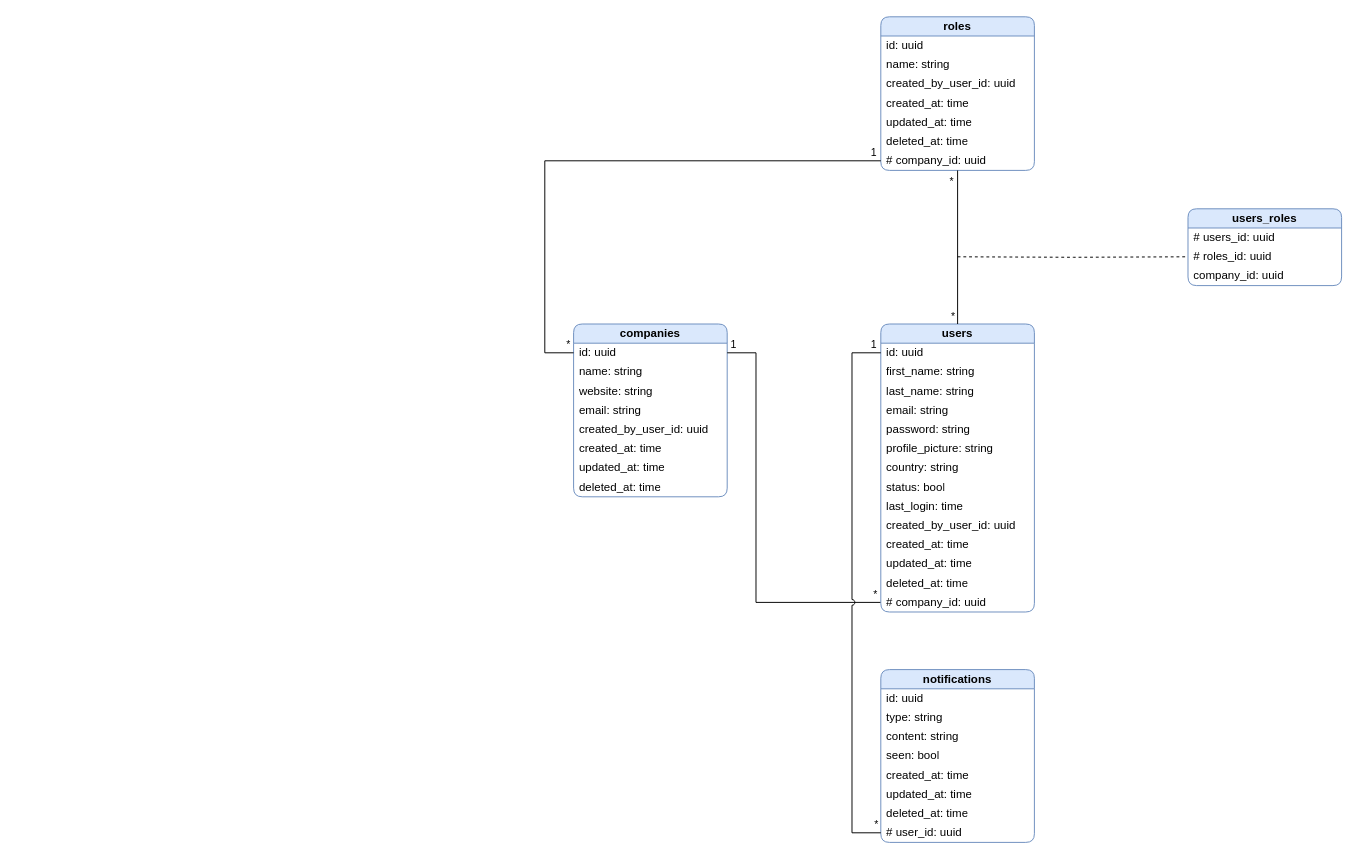
wassim20/golang keeps this draw.io diagram as your_project/class_diagram.drawio. Above is the earlier version. Source tidied: cells renumbered, new cells numbered last; positions are measured from the earlier drawing's top-left corner, leaving out a move shared by most shapes. Both pictures are drawn from the tidied source at 96%, with x=0, y=0 at pixel (544, 16).
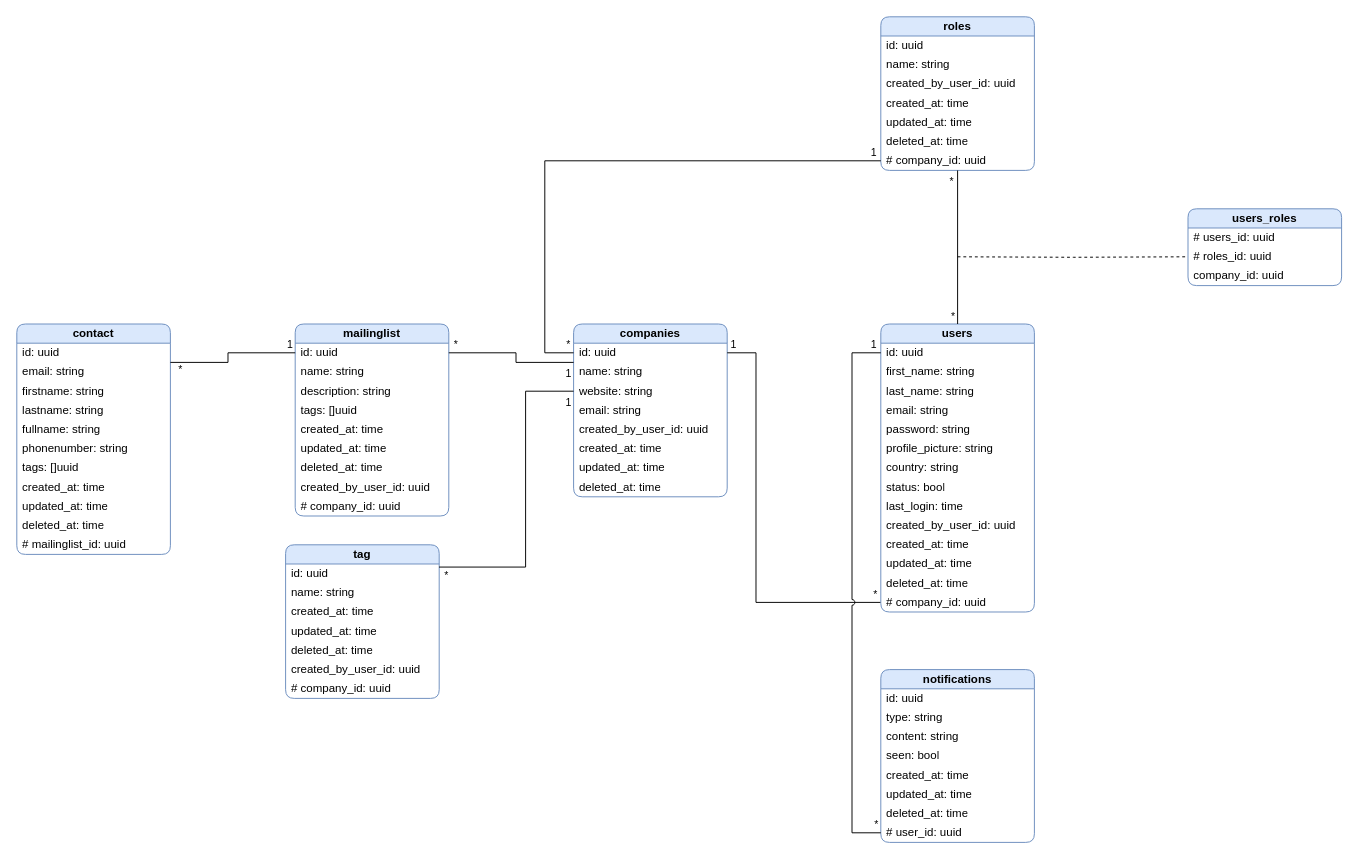
The same diagram, later.

Unchanged cells that the change refers to:
```xml
<mxCell id="5" value="website: string" style="text;html=1;strokeColor=none;fillColor=none;align=left;verticalAlign=middle;spacingLeft=4;spacingRight=4;overflow=hidden;points=[[0,0.5],[1,0.5]];portConstraint=eastwest;whiteSpace=wrap;" parent="2" vertex="1">
  <mxGeometry y="60" width="160" height="20" as="geometry" />
</mxCell>
<mxCell id="41" value="&lt;b&gt;notifications&lt;/b&gt;" style="swimlane;fontStyle=0;align=center;verticalAlign=middle;horizontal=1;startSize=20;html=1;whiteSpace=wrap;rounded=1;fillColor=#dae8fc;strokeColor=#6c8ebf;" parent="1" vertex="1">
  <mxGeometry x="350" y="680" width="160" height="180" as="geometry" />
</mxCell>
```

What changed in the source:
```diff
@@
-    <mxCell id="42" value="id: uuid" style="text;html=1;strokeColor=none;fillColor=none;align=left;verticalAlign=middle;spacingLeft=4;spacingRight=4;overflow=hidden;whiteSpace=wrap;" parent="41" vertex="1">
-      <mxGeometry y="20" width="160" height="20" as="geometry" />
-    </mxCell>
+    <mxCell id="60" value="id: uuid" style="text;html=1;strokeColor=none;fillColor=none;align=left;verticalAlign=middle;spacingLeft=4;spacingRight=4;overflow=hidden;whiteSpace=wrap;" parent="41" vertex="1">
+      <mxGeometry y="20" width="160" height="20" as="geometry" />
+    </mxCell>
@@
+    <mxCell id="61" value="&lt;b&gt;mailinglist&lt;/b&gt;" style="swimlane;fontStyle=0;align=center;verticalAlign=middle;horizontal=1;startSize=20;html=1;whiteSpace=wrap;rounded=1;fillColor=#dae8fc;strokeColor=#6c8ebf;" parent="1" vertex="1">
+      <mxGeometry x="-260" y="320" width="160" height="200" as="geometry" />
+    </mxCell>
+    <mxCell id="42" value="id: uuid" style="text;html=1;strokeColor=none;fillColor=none;align=left;verticalAlign=middle;spacingLeft=4;spacingRight=4;overflow=hidden;whiteSpace=wrap;" parent="61" vertex="1">
+      <mxGeometry y="20" width="160" height="20" as="geometry" />
+    </mxCell>
+    <mxCell id="62" value="name: string" style="text;html=1;strokeColor=none;fillColor=none;align=left;verticalAlign=middle;spacingLeft=4;spacingRight=4;overflow=hidden;whiteSpace=wrap;" parent="61" vertex="1">
+      <mxGeometry y="40" width="160" height="20" as="geometry" />
+    </mxCell>
+    <mxCell id="63" value="description: string" style="text;html=1;strokeColor=none;fillColor=none;align=left;verticalAlign=middle;spacingLeft=4;spacingRight=4;overflow=hidden;whiteSpace=wrap;" parent="61" vertex="1">
+      <mxGeometry y="60" width="160" height="20" as="geometry" />
+    </mxCell>
+    <mxCell id="64" value="tags: []uuid" style="text;html=1;strokeColor=none;fillColor=none;align=left;verticalAlign=middle;spacingLeft=4;spacingRight=4;overflow=hidden;whiteSpace=wrap;" parent="61" vertex="1">
+      <mxGeometry y="80" width="160" height="20" as="geometry" />
+    </mxCell>
+    <mxCell id="65" value="created_at:&amp;nbsp;time" style="text;html=1;strokeColor=none;fillColor=none;align=left;verticalAlign=middle;spacingLeft=4;spacingRight=4;overflow=hidden;whiteSpace=wrap;" parent="61" vertex="1">
+      <mxGeometry y="100" width="160" height="20" as="geometry" />
+    </mxCell>
+    <mxCell id="66" value="updated_at:&amp;nbsp;time" style="text;html=1;strokeColor=none;fillColor=none;align=left;verticalAlign=middle;spacingLeft=4;spacingRight=4;overflow=hidden;whiteSpace=wrap;" parent="61" vertex="1">
+      <mxGeometry y="120" width="160" height="20" as="geometry" />
+    </mxCell>
+    <mxCell id="67" value="deleted_at:&amp;nbsp;time" style="text;html=1;strokeColor=none;fillColor=none;align=left;verticalAlign=middle;spacingLeft=4;spacingRight=4;overflow=hidden;whiteSpace=wrap;" parent="61" vertex="1">
+      <mxGeometry y="140" width="160" height="20" as="geometry" />
+    </mxCell>
+    <mxCell id="68" value="created_by_user_id: uuid" style="text;html=1;strokeColor=none;fillColor=none;align=left;verticalAlign=middle;spacingLeft=4;spacingRight=4;overflow=hidden;whiteSpace=wrap;" parent="61" vertex="1">
+      <mxGeometry y="160" width="160" height="20" as="geometry" />
+    </mxCell>
+    <mxCell id="69" value="# company_id:&amp;nbsp;uuid" style="text;html=1;strokeColor=none;fillColor=none;align=left;verticalAlign=middle;spacingLeft=4;spacingRight=4;overflow=hidden;whiteSpace=wrap;" parent="61" vertex="1">
+      <mxGeometry y="180" width="160" height="20" as="geometry" />
+    </mxCell>
+    <mxCell id="70" style="endArrow=none;html=1;edgeStyle=orthogonalEdgeStyle;rounded=0;jumpStyle=arc;" parent="1" edge="1">
+      <mxGeometry relative="1" as="geometry">
+        <mxPoint x="30" y="360" as="sourcePoint" />
+        <mxPoint x="-100" y="350" as="targetPoint" />
+        <Array as="points">
+          <mxPoint x="30" y="360" />
+          <mxPoint x="-30" y="360" />
+          <mxPoint x="-30" y="350" />
+          <mxPoint x="-100" y="350" />
+        </Array>
+      </mxGeometry>
+    </mxCell>
+    <mxCell id="71" value="1" style="edgeLabel;html=1;align=left;verticalAlign=bottom;" parent="70" vertex="1">
+      <mxGeometry x="-1" relative="1" as="geometry">
+        <mxPoint x="-10" y="20" as="offset" />
+      </mxGeometry>
+    </mxCell>
+    <mxCell id="72" value="*" style="edgeLabel;html=1;align=right;verticalAlign=bottom;" parent="70" vertex="1">
+      <mxGeometry x="1" relative="1" as="geometry">
+        <mxPoint x="10" as="offset" />
+      </mxGeometry>
+    </mxCell>
+    <mxCell id="73" value="&lt;b&gt;contact&lt;/b&gt;" style="swimlane;fontStyle=0;align=center;verticalAlign=middle;horizontal=1;startSize=20;html=1;whiteSpace=wrap;rounded=1;fillColor=#dae8fc;strokeColor=#6c8ebf;" parent="1" vertex="1">
+      <mxGeometry x="-550" y="320" width="160" height="240" as="geometry" />
+    </mxCell>
+    <mxCell id="74" value="id: uuid" style="text;html=1;strokeColor=none;fillColor=none;align=left;verticalAlign=middle;spacingLeft=4;spacingRight=4;overflow=hidden;whiteSpace=wrap;" parent="73" vertex="1">
+      <mxGeometry y="20" width="160" height="20" as="geometry" />
+    </mxCell>
+    <mxCell id="75" value="email: string" style="text;html=1;strokeColor=none;fillColor=none;align=left;verticalAlign=middle;spacingLeft=4;spacingRight=4;overflow=hidden;whiteSpace=wrap;" parent="73" vertex="1">
+      <mxGeometry y="40" width="160" height="20" as="geometry" />
+    </mxCell>
+    <mxCell id="76" value="firstname: string" style="text;html=1;strokeColor=none;fillColor=none;align=left;verticalAlign=middle;spacingLeft=4;spacingRight=4;overflow=hidden;whiteSpace=wrap;" parent="73" vertex="1">
+      <mxGeometry y="60" width="160" height="20" as="geometry" />
+    </mxCell>
+    <mxCell id="77" value="lastname: string" style="text;html=1;strokeColor=none;fillColor=none;align=left;verticalAlign=middle;spacingLeft=4;spacingRight=4;overflow=hidden;whiteSpace=wrap;" parent="73" vertex="1">
+      <mxGeometry y="80" width="160" height="20" as="geometry" />
+    </mxCell>
+    <mxCell id="78" value="fullname: string" style="text;html=1;strokeColor=none;fillColor=none;align=left;verticalAlign=middle;spacingLeft=4;spacingRight=4;overflow=hidden;whiteSpace=wrap;" parent="73" vertex="1">
+      <mxGeometry y="100" width="160" height="20" as="geometry" />
+    </mxCell>
+    <mxCell id="79" value="phonenumber: string" style="text;html=1;strokeColor=none;fillColor=none;align=left;verticalAlign=middle;spacingLeft=4;spacingRight=4;overflow=hidden;whiteSpace=wrap;" parent="73" vertex="1">
+      <mxGeometry y="120" width="160" height="20" as="geometry" />
+    </mxCell>
+    <mxCell id="80" value="tags: []uuid" style="text;html=1;strokeColor=none;fillColor=none;align=left;verticalAlign=middle;spacingLeft=4;spacingRight=4;overflow=hidden;whiteSpace=wrap;" parent="73" vertex="1">
+      <mxGeometry y="140" width="160" height="20" as="geometry" />
+    </mxCell>
+    <mxCell id="81" value="created_at:&amp;nbsp;time" style="text;html=1;strokeColor=none;fillColor=none;align=left;verticalAlign=middle;spacingLeft=4;spacingRight=4;overflow=hidden;whiteSpace=wrap;" parent="73" vertex="1">
+      <mxGeometry y="160" width="160" height="20" as="geometry" />
+    </mxCell>
+    <mxCell id="82" value="updated_at:&amp;nbsp;time" style="text;html=1;strokeColor=none;fillColor=none;align=left;verticalAlign=middle;spacingLeft=4;spacingRight=4;overflow=hidden;whiteSpace=wrap;" parent="73" vertex="1">
+      <mxGeometry y="180" width="160" height="20" as="geometry" />
+    </mxCell>
+    <mxCell id="83" value="deleted_at:&amp;nbsp;time" style="text;html=1;strokeColor=none;fillColor=none;align=left;verticalAlign=middle;spacingLeft=4;spacingRight=4;overflow=hidden;whiteSpace=wrap;" parent="73" vertex="1">
+      <mxGeometry y="200" width="160" height="20" as="geometry" />
+    </mxCell>
+    <mxCell id="84" value="# mailinglist_id:&amp;nbsp;uuid" style="text;html=1;strokeColor=none;fillColor=none;align=left;verticalAlign=middle;spacingLeft=4;spacingRight=4;overflow=hidden;whiteSpace=wrap;" parent="73" vertex="1">
+      <mxGeometry y="220" width="160" height="20" as="geometry" />
+    </mxCell>
+    <mxCell id="85" style="endArrow=none;html=1;edgeStyle=orthogonalEdgeStyle;rounded=0;jumpStyle=arc;" parent="1" edge="1">
+      <mxGeometry relative="1" as="geometry">
+        <mxPoint x="-390" y="360" as="sourcePoint" />
+        <mxPoint x="-260" y="350" as="targetPoint" />
+        <Array as="points">
+          <mxPoint x="-330" y="360" />
+          <mxPoint x="-330" y="350" />
+          <mxPoint x="-260" y="350" />
+        </Array>
+      </mxGeometry>
+    </mxCell>
+    <mxCell id="86" value="1" style="edgeLabel;html=1;align=left;verticalAlign=bottom;" parent="85" vertex="1">
+      <mxGeometry x="-1" relative="1" as="geometry">
+        <mxPoint x="120" y="-10" as="offset" />
+      </mxGeometry>
+    </mxCell>
+    <mxCell id="87" value="*" style="edgeLabel;html=1;align=right;verticalAlign=bottom;" parent="85" vertex="1">
+      <mxGeometry x="1" relative="1" as="geometry">
+        <mxPoint x="-117" y="26" as="offset" />
+      </mxGeometry>
+    </mxCell>
+    <mxCell id="88" value="&lt;b&gt;tag&lt;/b&gt;" style="swimlane;fontStyle=0;align=center;verticalAlign=middle;horizontal=1;startSize=20;html=1;whiteSpace=wrap;rounded=1;fillColor=#dae8fc;strokeColor=#6c8ebf;" parent="1" vertex="1">
+      <mxGeometry x="-270" y="550" width="160" height="160" as="geometry" />
+    </mxCell>
+    <mxCell id="89" value="id: uuid" style="text;html=1;strokeColor=none;fillColor=none;align=left;verticalAlign=middle;spacingLeft=4;spacingRight=4;overflow=hidden;whiteSpace=wrap;" parent="88" vertex="1">
+      <mxGeometry y="20" width="160" height="20" as="geometry" />
+    </mxCell>
+    <mxCell id="90" value="name: string" style="text;html=1;strokeColor=none;fillColor=none;align=left;verticalAlign=middle;spacingLeft=4;spacingRight=4;overflow=hidden;whiteSpace=wrap;" parent="88" vertex="1">
+      <mxGeometry y="40" width="160" height="20" as="geometry" />
+    </mxCell>
+    <mxCell id="91" value="created_at:&amp;nbsp;time" style="text;html=1;strokeColor=none;fillColor=none;align=left;verticalAlign=middle;spacingLeft=4;spacingRight=4;overflow=hidden;whiteSpace=wrap;" parent="88" vertex="1">
+      <mxGeometry y="60" width="160" height="20" as="geometry" />
+    </mxCell>
+    <mxCell id="92" value="updated_at:&amp;nbsp;time" style="text;html=1;strokeColor=none;fillColor=none;align=left;verticalAlign=middle;spacingLeft=4;spacingRight=4;overflow=hidden;whiteSpace=wrap;" parent="88" vertex="1">
+      <mxGeometry y="80" width="160" height="20" as="geometry" />
+    </mxCell>
+    <mxCell id="93" value="deleted_at:&amp;nbsp;time" style="text;html=1;strokeColor=none;fillColor=none;align=left;verticalAlign=middle;spacingLeft=4;spacingRight=4;overflow=hidden;whiteSpace=wrap;" parent="88" vertex="1">
+      <mxGeometry y="100" width="160" height="20" as="geometry" />
+    </mxCell>
+    <mxCell id="94" value="created_by_user_id: uuid" style="text;html=1;strokeColor=none;fillColor=none;align=left;verticalAlign=middle;spacingLeft=4;spacingRight=4;overflow=hidden;whiteSpace=wrap;" parent="88" vertex="1">
+      <mxGeometry y="120" width="160" height="20" as="geometry" />
+    </mxCell>
+    <mxCell id="95" value="# company_id:&amp;nbsp;uuid" style="text;html=1;strokeColor=none;fillColor=none;align=left;verticalAlign=middle;spacingLeft=4;spacingRight=4;overflow=hidden;whiteSpace=wrap;" parent="88" vertex="1">
+      <mxGeometry y="140" width="160" height="20" as="geometry" />
+    </mxCell>
+    <mxCell id="96" style="endArrow=none;html=1;edgeStyle=orthogonalEdgeStyle;rounded=0;jumpStyle=arc;entryX=0.999;entryY=0.145;entryDx=0;entryDy=0;entryPerimeter=0;exitX=0;exitY=0.5;exitDx=0;exitDy=0;" parent="1" edge="1" source="5" target="88">
+      <mxGeometry relative="1" as="geometry">
+        <Array as="points">
+          <mxPoint x="-20" y="390" />
+          <mxPoint x="-20" y="573" />
+        </Array>
+      </mxGeometry>
+    </mxCell>
+    <mxCell id="97" value="1" style="edgeLabel;html=1;align=left;verticalAlign=bottom;" parent="96" vertex="1">
+      <mxGeometry x="-1" relative="1" as="geometry">
+        <mxPoint x="-10" y="20" as="offset" />
+      </mxGeometry>
+    </mxCell>
+    <mxCell id="98" value="*" style="edgeLabel;html=1;align=right;verticalAlign=bottom;" parent="96" vertex="1">
+      <mxGeometry x="1" relative="1" as="geometry">
+        <mxPoint x="10" y="17" as="offset" />
+      </mxGeometry>
+    </mxCell>
```
